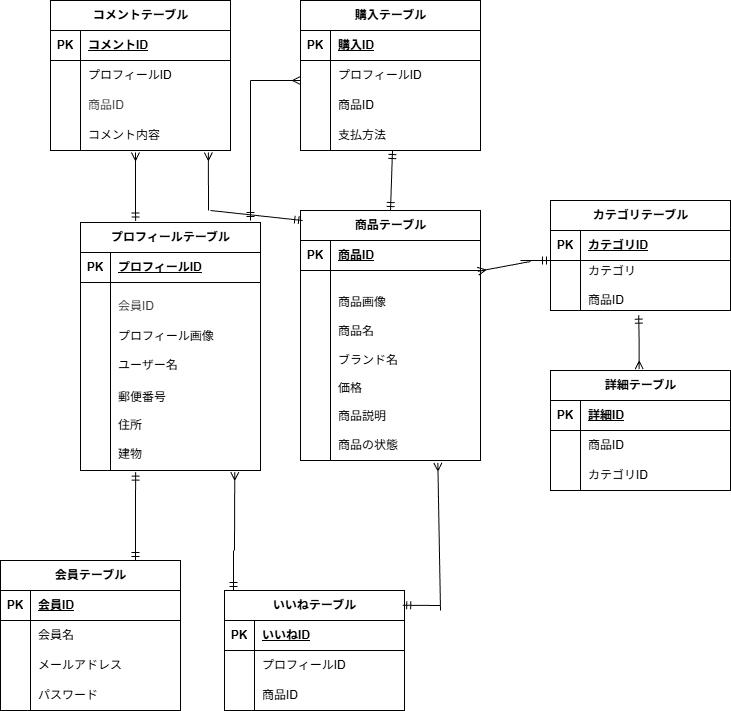
mayu-ya/flea-market keeps this draw.io diagram as market.drawio.png. Above is the earlier version. Source tidied: cells renumbered, new cells last; positions are measured from the earlier drawing's top-left corner, leaving out a move shared by most shapes.
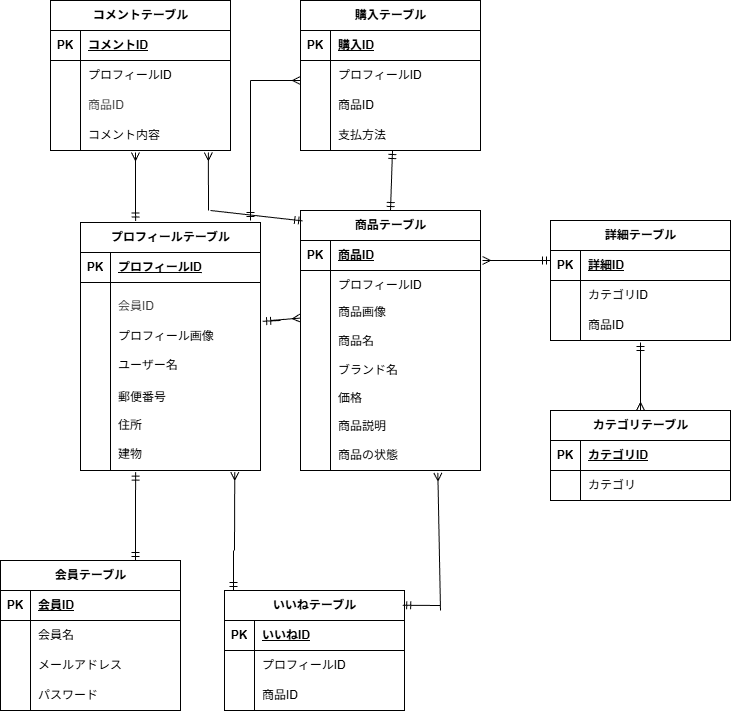
After the commit.

Change to the diagram source:
```diff
@@ -119,27 +119,6 @@
     <mxCell id="40" value="支払方法" style="shape=partialRectangle;fillColor=none;top=0;left=0;bottom=0;right=0;align=left;spacingLeft=6;overflow=hidden;whiteSpace=wrap;html=1;" parent="38" vertex="1">
       <mxGeometry x="30" width="150" height="30" as="geometry" />
     </mxCell>
-    <mxCell id="41" value="カテゴリテーブル" style="shape=table;startSize=30;rowLines=0;fontStyle=1;align=center;html=1;" parent="1" vertex="1">
-      <mxGeometry x="550" y="200" width="180" height="110" as="geometry" />
-    </mxCell>
-    <mxCell id="42" style="shape=tableRow;horizontal=0;startSize=0;swimlaneHead=0;swimlaneBody=0;fillColor=none;top=0;left=0;right=0;bottom=1;" parent="41" vertex="1">
-      <mxGeometry y="30" width="180" height="30" as="geometry" />
-    </mxCell>
-    <mxCell id="43" value="PK" style="shape=partialRectangle;fillColor=none;top=0;left=0;bottom=0;right=0;fontStyle=1;overflow=hidden;whiteSpace=wrap;html=1;" parent="42" vertex="1">
-      <mxGeometry width="30" height="30" as="geometry" />
-    </mxCell>
-    <mxCell id="44" value="カテゴリID" style="shape=partialRectangle;fillColor=none;top=0;left=0;bottom=0;right=0;align=left;spacingLeft=6;fontStyle=5;overflow=hidden;whiteSpace=wrap;html=1;" parent="42" vertex="1">
-      <mxGeometry x="30" width="150" height="30" as="geometry" />
-    </mxCell>
-    <mxCell id="45" style="shape=tableRow;horizontal=0;startSize=0;swimlaneHead=0;swimlaneBody=0;fillColor=none;points=[[0,0.5],[1,0.5]];portConstraint=eastwest;top=0;left=0;right=0;bottom=0;" parent="41" vertex="1">
-      <mxGeometry y="60" width="180" height="50" as="geometry" />
-    </mxCell>
-    <mxCell id="46" style="shape=partialRectangle;fillColor=none;top=0;left=0;bottom=0;right=0;overflow=hidden;whiteSpace=wrap;html=1;" parent="45" vertex="1">
-      <mxGeometry width="30" height="50" as="geometry" />
-    </mxCell>
-    <mxCell id="47" value="カテゴリ&lt;div&gt;&lt;br&gt;&lt;/div&gt;&lt;div&gt;商品ID&lt;/div&gt;" style="shape=partialRectangle;fillColor=none;top=0;left=0;bottom=0;right=0;align=left;spacingLeft=6;overflow=hidden;whiteSpace=wrap;html=1;" parent="45" vertex="1">
-      <mxGeometry x="30" width="150" height="50" as="geometry" />
-    </mxCell>
     <mxCell id="48" value="いいねテーブル" style="shape=table;startSize=30;rowLines=0;fontStyle=1;align=center;html=1;" parent="1" vertex="1">
       <mxGeometry x="224" y="590" width="180" height="120" as="geometry" />
     </mxCell>
@@ -170,36 +149,6 @@
     <mxCell id="57" value="商品ID" style="shape=partialRectangle;fillColor=none;top=0;left=0;bottom=0;right=0;align=left;spacingLeft=6;overflow=hidden;whiteSpace=wrap;html=1;" parent="55" vertex="1">
       <mxGeometry x="30" width="150" height="30" as="geometry" />
     </mxCell>
-    <mxCell id="58" value="詳細テーブル" style="shape=table;startSize=30;rowLines=0;fontStyle=1;align=center;html=1;" parent="1" vertex="1">
-      <mxGeometry x="550" y="370" width="180" height="120" as="geometry" />
-    </mxCell>
-    <mxCell id="59" style="shape=tableRow;horizontal=0;startSize=0;swimlaneHead=0;swimlaneBody=0;fillColor=none;top=0;left=0;right=0;bottom=1;" parent="58" vertex="1">
-      <mxGeometry y="30" width="180" height="30" as="geometry" />
-    </mxCell>
-    <mxCell id="60" value="PK" style="shape=partialRectangle;fillColor=none;top=0;left=0;bottom=0;right=0;fontStyle=1;overflow=hidden;whiteSpace=wrap;html=1;" parent="59" vertex="1">
-      <mxGeometry width="30" height="30" as="geometry" />
-    </mxCell>
-    <mxCell id="61" value="詳細ID" style="shape=partialRectangle;fillColor=none;top=0;left=0;bottom=0;right=0;align=left;spacingLeft=6;fontStyle=5;overflow=hidden;whiteSpace=wrap;html=1;" parent="59" vertex="1">
-      <mxGeometry x="30" width="150" height="30" as="geometry" />
-    </mxCell>
-    <mxCell id="62" style="shape=tableRow;horizontal=0;startSize=0;swimlaneHead=0;swimlaneBody=0;fillColor=none;top=0;left=0;right=0;bottom=0;" parent="58" vertex="1">
-      <mxGeometry y="60" width="180" height="30" as="geometry" />
-    </mxCell>
-    <mxCell id="63" style="shape=partialRectangle;fillColor=none;top=0;left=0;bottom=0;right=0;overflow=hidden;whiteSpace=wrap;html=1;" parent="62" vertex="1">
-      <mxGeometry width="30" height="30" as="geometry" />
-    </mxCell>
-    <mxCell id="64" value="商品ID" style="shape=partialRectangle;fillColor=none;top=0;left=0;bottom=0;right=0;align=left;spacingLeft=6;overflow=hidden;whiteSpace=wrap;html=1;" parent="62" vertex="1">
-      <mxGeometry x="30" width="150" height="30" as="geometry" />
-    </mxCell>
-    <mxCell id="65" style="shape=tableRow;horizontal=0;startSize=0;swimlaneHead=0;swimlaneBody=0;fillColor=none;top=0;left=0;right=0;bottom=0;" parent="58" vertex="1">
-      <mxGeometry y="90" width="180" height="30" as="geometry" />
-    </mxCell>
-    <mxCell id="66" style="shape=partialRectangle;fillColor=none;top=0;left=0;bottom=0;right=0;overflow=hidden;whiteSpace=wrap;html=1;" parent="65" vertex="1">
-      <mxGeometry width="30" height="30" as="geometry" />
-    </mxCell>
-    <mxCell id="67" value="カテゴリID" style="shape=partialRectangle;fillColor=none;top=0;left=0;bottom=0;right=0;align=left;spacingLeft=6;overflow=hidden;whiteSpace=wrap;html=1;" parent="65" vertex="1">
-      <mxGeometry x="30" width="150" height="30" as="geometry" />
-    </mxCell>
     <mxCell id="68" style="fontSize=12;html=1;endArrow=ERmandOne;startArrow=ERmandOne;exitX=0.5;exitY=0;exitDx=0;exitDy=0;" parent="1" edge="1" source="74">
       <mxGeometry relative="1" as="geometry">
         <mxPoint x="392" y="150" as="targetPoint" />
@@ -230,7 +179,7 @@
       <mxGeometry relative="1" as="geometry" />
     </mxCell>
     <mxCell id="74" value="商品テーブル" style="shape=table;startSize=30;rowLines=0;fontStyle=1;align=center;html=1;" parent="1" vertex="1">
-      <mxGeometry x="300" y="210" width="180" height="250" as="geometry" />
+      <mxGeometry x="300" y="210" width="180" height="260" as="geometry" />
     </mxCell>
     <mxCell id="75" style="shape=tableRow;horizontal=0;startSize=0;swimlaneHead=0;swimlaneBody=0;fillColor=none;points=[[0,0.5],[1,0.5]];portConstraint=eastwest;top=0;left=0;right=0;bottom=1;" parent="74" vertex="1">
       <mxGeometry y="30" width="180" height="30" as="geometry" />
@@ -242,16 +191,16 @@
       <mxGeometry x="30" width="150" height="30" as="geometry" />
     </mxCell>
     <mxCell id="78" style="shape=tableRow;horizontal=0;startSize=0;swimlaneHead=0;swimlaneBody=0;fillColor=none;top=0;left=0;right=0;bottom=0;" parent="74" vertex="1">
-      <mxGeometry y="60" width="180" height="20" as="geometry" />
+      <mxGeometry y="60" width="180" height="30" as="geometry" />
     </mxCell>
     <mxCell id="79" style="shape=partialRectangle;fillColor=none;top=0;left=0;bottom=0;right=0;overflow=hidden;whiteSpace=wrap;html=1;" parent="78" vertex="1">
-      <mxGeometry width="30" height="20" as="geometry" />
+      <mxGeometry width="30" height="30" as="geometry" />
     </mxCell>
-    <mxCell id="80" style="shape=partialRectangle;fillColor=none;top=0;left=0;bottom=0;right=0;align=left;spacingLeft=6;overflow=hidden;whiteSpace=wrap;html=1;" parent="78" vertex="1">
-      <mxGeometry x="30" width="150" height="20" as="geometry" />
+    <mxCell id="80" value="プロフィールID" style="shape=partialRectangle;fillColor=none;top=0;left=0;bottom=0;right=0;align=left;spacingLeft=6;overflow=hidden;whiteSpace=wrap;html=1;" parent="78" vertex="1">
+      <mxGeometry x="30" width="150" height="30" as="geometry" />
     </mxCell>
     <mxCell id="81" style="shape=tableRow;horizontal=0;startSize=0;swimlaneHead=0;swimlaneBody=0;fillColor=none;points=[[0,0.5],[1,0.5]];portConstraint=eastwest;top=0;left=0;right=0;bottom=0;" parent="74" vertex="1">
-      <mxGeometry y="80" width="180" height="110" as="geometry" />
+      <mxGeometry y="90" width="180" height="110" as="geometry" />
     </mxCell>
     <mxCell id="82" style="shape=partialRectangle;fillColor=none;top=0;left=0;bottom=0;right=0;overflow=hidden;whiteSpace=wrap;html=1;" parent="81" vertex="1">
       <mxGeometry width="30" height="110" as="geometry" />
@@ -260,7 +209,7 @@
       <mxGeometry x="30" width="150" height="110" as="geometry" />
     </mxCell>
     <mxCell id="84" style="shape=tableRow;horizontal=0;startSize=0;swimlaneHead=0;swimlaneBody=0;fillColor=none;points=[[0,0.5],[1,0.5]];portConstraint=eastwest;top=0;left=0;right=0;bottom=0;" parent="74" vertex="1">
-      <mxGeometry y="190" width="180" height="60" as="geometry" />
+      <mxGeometry y="200" width="180" height="60" as="geometry" />
     </mxCell>
     <mxCell id="85" style="shape=partialRectangle;fillColor=none;top=0;left=0;bottom=0;right=0;overflow=hidden;whiteSpace=wrap;html=1;" parent="84" vertex="1">
       <mxGeometry width="30" height="60" as="geometry" />
@@ -268,20 +217,6 @@
     <mxCell id="86" value="商品説明&lt;div&gt;&lt;br&gt;&lt;/div&gt;&lt;div&gt;商品の状態&lt;/div&gt;" style="shape=partialRectangle;fillColor=none;top=0;left=0;bottom=0;right=0;align=left;spacingLeft=6;overflow=hidden;whiteSpace=wrap;html=1;" parent="84" vertex="1">
       <mxGeometry x="30" width="150" height="60" as="geometry" />
     </mxCell>
-    <mxCell id="87" style="group;rotation=30;" parent="1" vertex="1">
-      <mxGeometry x="620" y="300" width="25.4" height="82.8" as="geometry" />
-    </mxCell>
-    <mxCell id="88" style="fontSize=12;html=1;endArrow=ERmandOne;entryX=0.49;entryY=1.093;entryDx=0;entryDy=0;entryPerimeter=0;" parent="87" edge="1" target="45">
-      <mxGeometry relative="1" as="geometry">
-        <mxPoint x="18.7" y="42" as="sourcePoint" />
-      </mxGeometry>
-    </mxCell>
-    <mxCell id="89" style="fontSize=12;html=1;endArrow=ERmany;" parent="87" edge="1">
-      <mxGeometry relative="1" as="geometry">
-        <mxPoint x="18.7" y="42" as="sourcePoint" />
-        <mxPoint x="18.7" y="68.6" as="targetPoint" />
-      </mxGeometry>
-    </mxCell>
     <mxCell id="90" style="fontSize=12;html=1;endArrow=ERmandOne;" parent="1" edge="1">
       <mxGeometry relative="1" as="geometry">
         <mxPoint x="520" y="260" as="sourcePoint" />
@@ -299,9 +234,10 @@
         <mxPoint x="250" y="220" as="targetPoint" />
       </mxGeometry>
     </mxCell>
-    <mxCell id="93" style="fontSize=12;html=1;endArrow=ERmany;entryX=0.986;entryY=1.027;entryDx=0;entryDy=0;entryPerimeter=0;" parent="1" edge="1" target="75">
+    <mxCell id="93" style="fontSize=12;html=1;endArrow=ERmany;" parent="1" edge="1">
       <mxGeometry relative="1" as="geometry">
-        <mxPoint x="530" y="261" as="sourcePoint" />
+        <mxPoint x="530" y="260" as="sourcePoint" />
+        <mxPoint x="482" y="260" as="targetPoint" />
       </mxGeometry>
     </mxCell>
     <mxCell id="94" style="fontSize=12;html=1;endArrow=ERmany;entryX=0;entryY=0.5;entryDx=0;entryDy=0;" parent="1" edge="1">
@@ -364,5 +300,77 @@
     <mxCell id="110" value="郵便番号&lt;div&gt;&lt;br&gt;&lt;/div&gt;&lt;div&gt;住所&lt;/div&gt;&lt;div&gt;&lt;br&gt;&lt;/div&gt;&lt;div&gt;建物&lt;/div&gt;" style="shape=partialRectangle;fillColor=none;top=0;left=0;bottom=0;right=0;align=left;spacingLeft=6;overflow=hidden;whiteSpace=wrap;html=1;" parent="108" vertex="1">
       <mxGeometry x="30" width="150" height="90" as="geometry" />
     </mxCell>
+    <mxCell id="111" style="fontSize=12;html=1;endArrow=ERmany;entryX=-0.001;entryY=0.16;entryDx=0;entryDy=0;entryPerimeter=0;" parent="1" edge="1" target="81">
+      <mxGeometry relative="1" as="geometry">
+        <mxPoint x="270" y="320" as="sourcePoint" />
+      </mxGeometry>
+    </mxCell>
+    <mxCell id="112" style="fontSize=12;html=1;endArrow=ERmandOne;entryX=1.012;entryY=0.013;entryDx=0;entryDy=0;entryPerimeter=0;" parent="1" edge="1" target="105">
+      <mxGeometry relative="1" as="geometry">
+        <mxPoint x="280" y="320" as="sourcePoint" />
+      </mxGeometry>
+    </mxCell>
+    <mxCell id="41" value="カテゴリテーブル" style="shape=table;startSize=30;rowLines=0;fontStyle=1;align=center;html=1;" parent="1" vertex="1">
+      <mxGeometry x="550" y="410" width="180" height="90" as="geometry" />
+    </mxCell>
+    <mxCell id="113" style="shape=tableRow;horizontal=0;startSize=0;swimlaneHead=0;swimlaneBody=0;fillColor=none;top=0;left=0;right=0;bottom=1;" parent="41" vertex="1">
+      <mxGeometry y="30" width="180" height="30" as="geometry" />
+    </mxCell>
+    <mxCell id="114" value="PK" style="shape=partialRectangle;fillColor=none;top=0;left=0;bottom=0;right=0;fontStyle=1;overflow=hidden;whiteSpace=wrap;html=1;" parent="113" vertex="1">
+      <mxGeometry width="30" height="30" as="geometry" />
+    </mxCell>
+    <mxCell id="44" value="&lt;span style=&quot;color: rgb(0, 0, 0);&quot;&gt;カテゴリID&lt;/span&gt;" style="shape=partialRectangle;fillColor=none;top=0;left=0;bottom=0;right=0;align=left;spacingLeft=6;fontStyle=5;overflow=hidden;whiteSpace=wrap;html=1;" parent="113" vertex="1">
+      <mxGeometry x="30" width="150" height="30" as="geometry" />
+    </mxCell>
+    <mxCell id="115" style="shape=tableRow;horizontal=0;startSize=0;swimlaneHead=0;swimlaneBody=0;fillColor=none;top=0;left=0;right=0;bottom=0;" parent="41" vertex="1">
+      <mxGeometry y="60" width="180" height="30" as="geometry" />
+    </mxCell>
+    <mxCell id="116" style="shape=partialRectangle;fillColor=none;top=0;left=0;bottom=0;right=0;overflow=hidden;whiteSpace=wrap;html=1;" parent="115" vertex="1">
+      <mxGeometry width="30" height="30" as="geometry" />
+    </mxCell>
+    <mxCell id="117" value="カテゴリ" style="shape=partialRectangle;fillColor=none;top=0;left=0;bottom=0;right=0;align=left;spacingLeft=6;overflow=hidden;whiteSpace=wrap;html=1;" parent="115" vertex="1">
+      <mxGeometry x="30" width="150" height="30" as="geometry" />
+    </mxCell>
+    <mxCell id="58" value="詳細テーブル" style="shape=table;startSize=30;rowLines=0;fontStyle=1;align=center;html=1;" parent="1" vertex="1">
+      <mxGeometry x="550" y="220" width="180" height="120" as="geometry" />
+    </mxCell>
+    <mxCell id="118" style="shape=tableRow;horizontal=0;startSize=0;swimlaneHead=0;swimlaneBody=0;fillColor=none;top=0;left=0;right=0;bottom=1;" parent="58" vertex="1">
+      <mxGeometry y="30" width="180" height="30" as="geometry" />
+    </mxCell>
+    <mxCell id="119" value="PK" style="shape=partialRectangle;fillColor=none;top=0;left=0;bottom=0;right=0;fontStyle=1;overflow=hidden;whiteSpace=wrap;html=1;" parent="118" vertex="1">
+      <mxGeometry width="30" height="30" as="geometry" />
+    </mxCell>
+    <mxCell id="61" value="詳細ID" style="shape=partialRectangle;fillColor=none;top=0;left=0;bottom=0;right=0;align=left;spacingLeft=6;fontStyle=5;overflow=hidden;whiteSpace=wrap;html=1;" parent="118" vertex="1">
+      <mxGeometry x="30" width="150" height="30" as="geometry" />
+    </mxCell>
+    <mxCell id="120" style="shape=tableRow;horizontal=0;startSize=0;swimlaneHead=0;swimlaneBody=0;fillColor=none;top=0;left=0;right=0;bottom=0;" parent="58" vertex="1">
+      <mxGeometry y="60" width="180" height="30" as="geometry" />
+    </mxCell>
+    <mxCell id="121" style="shape=partialRectangle;fillColor=none;top=0;left=0;bottom=0;right=0;overflow=hidden;whiteSpace=wrap;html=1;" parent="120" vertex="1">
+      <mxGeometry width="30" height="30" as="geometry" />
+    </mxCell>
+    <mxCell id="67" value="カテゴリID" style="shape=partialRectangle;fillColor=none;top=0;left=0;bottom=0;right=0;align=left;spacingLeft=6;overflow=hidden;whiteSpace=wrap;html=1;" parent="120" vertex="1">
+      <mxGeometry x="30" width="150" height="30" as="geometry" />
+    </mxCell>
+    <mxCell id="65" style="shape=tableRow;horizontal=0;startSize=0;swimlaneHead=0;swimlaneBody=0;fillColor=none;top=0;left=0;right=0;bottom=0;" parent="58" vertex="1">
+      <mxGeometry y="90" width="180" height="30" as="geometry" />
+    </mxCell>
+    <mxCell id="122" style="shape=partialRectangle;fillColor=none;top=0;left=0;bottom=0;right=0;overflow=hidden;whiteSpace=wrap;html=1;" parent="65" vertex="1">
+      <mxGeometry width="30" height="30" as="geometry" />
+    </mxCell>
+    <mxCell id="64" value="商品ID" style="shape=partialRectangle;fillColor=none;top=0;left=0;bottom=0;right=0;align=left;spacingLeft=6;overflow=hidden;whiteSpace=wrap;html=1;" parent="65" vertex="1">
+      <mxGeometry x="30" width="150" height="30" as="geometry" />
+    </mxCell>
+    <mxCell id="123" style="fontSize=12;html=1;endArrow=ERmany;entryX=0.5;entryY=0;entryDx=0;entryDy=0;" parent="1" edge="1" target="41">
+      <mxGeometry relative="1" as="geometry">
+        <mxPoint x="640" y="370" as="sourcePoint" />
+      </mxGeometry>
+    </mxCell>
+    <mxCell id="124" style="fontSize=12;html=1;endArrow=ERmandOne;" parent="1" edge="1">
+      <mxGeometry relative="1" as="geometry">
+        <mxPoint x="640" y="390" as="sourcePoint" />
+        <mxPoint x="640" y="342" as="targetPoint" />
+      </mxGeometry>
+    </mxCell>
   </root>
 </mxGraphModel>
```
